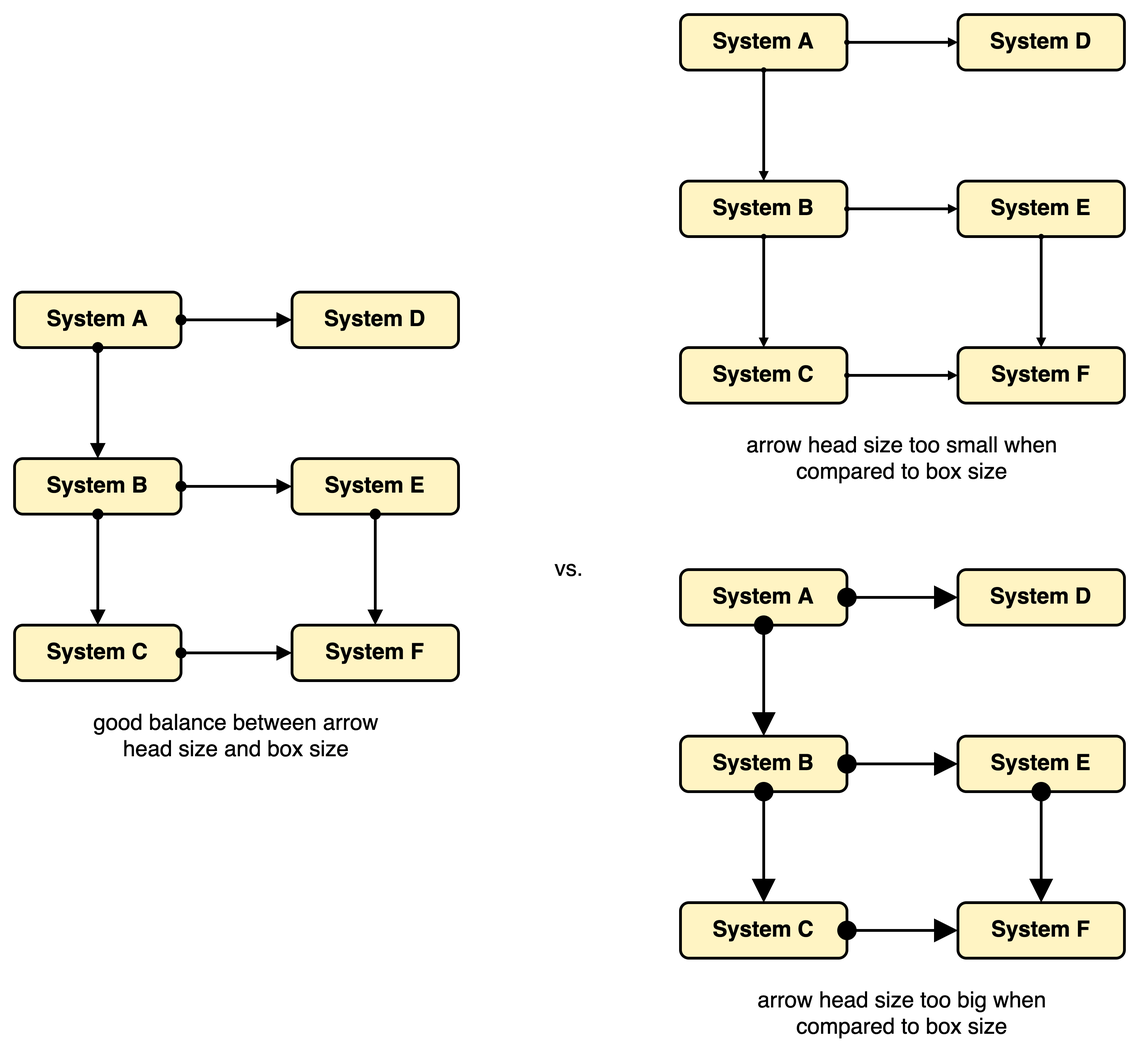
martinleggewie/visual-tips-for-creating-schematic-diagrams keeps this draw.io diagram as diagrams/connectionarrow-guideline_suitable-size-for-arrow-heads.png. Above is the earlier version. Source tidied: cells renumbered, new cells last; positions are measured from the earlier drawing's top-left corner, leaving out a move shared by most shapes.
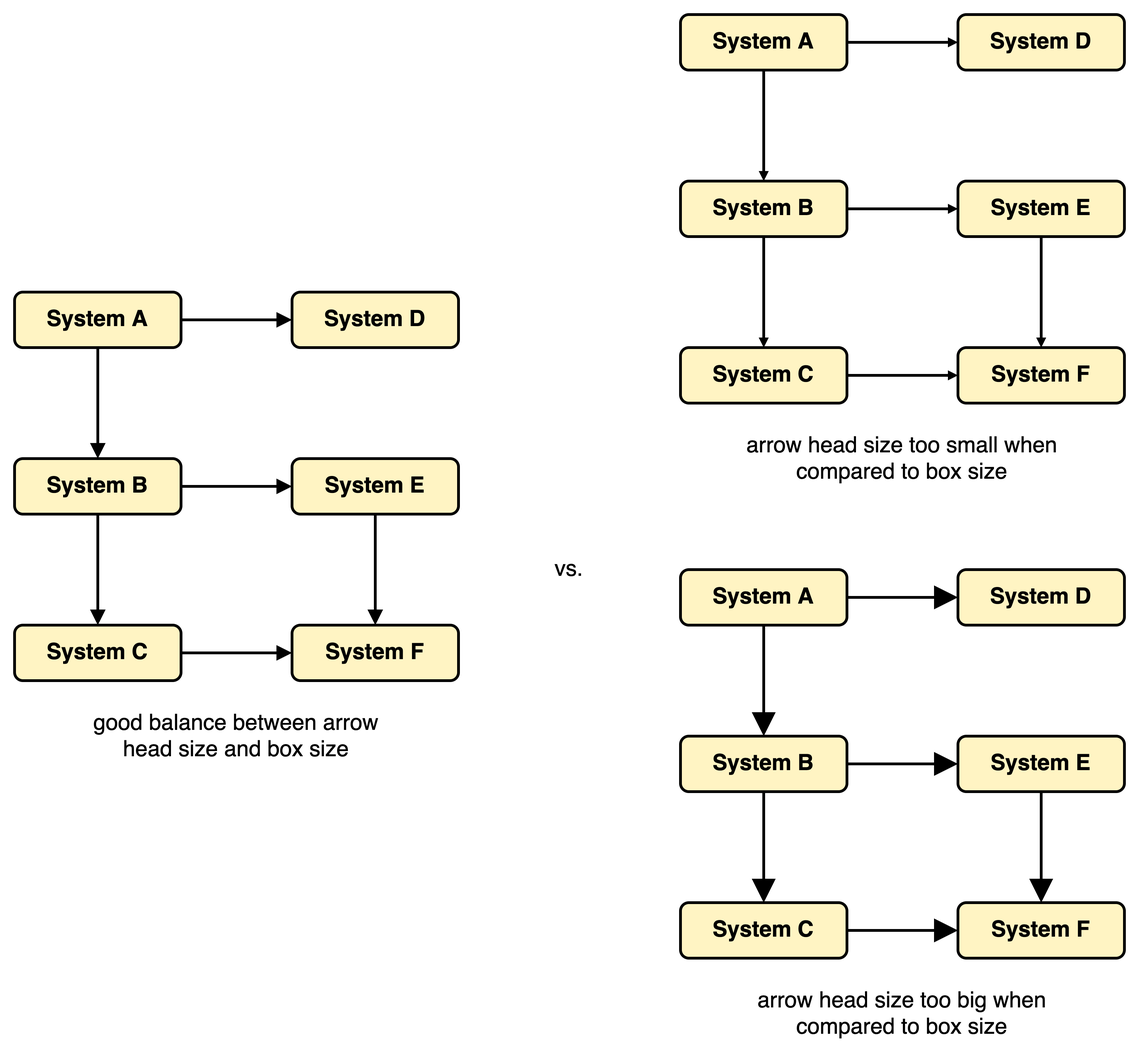
Later version of the same file.

What changed in the source:
```diff
@@ -9,16 +9,16 @@
     <mxCell id="4" value="System A" style="rounded=1;whiteSpace=wrap;html=1;strokeWidth=2;fontSize=16;fontStyle=1;fillColor=#FFF4C3;" parent="3" vertex="1">
       <mxGeometry x="10" y="210" width="120" height="40" as="geometry" />
     </mxCell>
-    <mxCell id="5" style="rounded=0;jettySize=auto;html=1;fontSize=16;endArrow=block;endFill=1;startArrow=oval;startFill=1;strokeWidth=2;" parent="3" edge="1" source="4" target="11">
+    <mxCell id="5" style="rounded=0;jettySize=auto;html=1;fontSize=16;endArrow=block;endFill=1;startArrow=none;startFill=0;strokeWidth=2;" parent="3" edge="1" source="4" target="11">
       <mxGeometry relative="1" as="geometry" />
     </mxCell>
     <mxCell id="6" value="System B" style="rounded=1;whiteSpace=wrap;html=1;strokeWidth=2;fontSize=16;fontStyle=1;fillColor=#FFF4C3;" parent="3" vertex="1">
       <mxGeometry x="10" y="330" width="120" height="40" as="geometry" />
     </mxCell>
-    <mxCell id="7" style="edgeStyle=none;rounded=0;jettySize=auto;html=1;startArrow=oval;startFill=1;endArrow=block;endFill=1;strokeWidth=2;fontSize=16;" parent="3" edge="1" source="4" target="6">
+    <mxCell id="7" style="edgeStyle=none;rounded=0;jettySize=auto;html=1;startArrow=none;startFill=0;endArrow=block;endFill=1;strokeWidth=2;fontSize=16;" parent="3" edge="1" source="4" target="6">
       <mxGeometry relative="1" as="geometry" />
     </mxCell>
-    <mxCell id="8" style="rounded=0;jettySize=auto;html=1;fontSize=16;endArrow=block;endFill=1;startArrow=oval;startFill=1;strokeWidth=2;" parent="3" edge="1" source="6" target="12">
+    <mxCell id="8" style="rounded=0;jettySize=auto;html=1;fontSize=16;endArrow=block;endFill=1;startArrow=none;startFill=0;strokeWidth=2;" parent="3" edge="1" source="6" target="12">
       <mxGeometry relative="1" as="geometry" />
     </mxCell>
     <mxCell id="9" value="good balance between arrow head size and box size" style="text;html=1;strokeColor=none;fillColor=none;align=center;verticalAlign=middle;whiteSpace=wrap;rounded=0;fontSize=16;spacing=0;" parent="3" vertex="1">
@@ -39,28 +39,28 @@
     <mxCell id="14" value="System C" style="rounded=1;whiteSpace=wrap;html=1;strokeWidth=2;fontSize=16;fontStyle=1;fillColor=#FFF4C3;" parent="3" vertex="1">
       <mxGeometry x="10" y="450" width="120" height="40" as="geometry" />
     </mxCell>
-    <mxCell id="15" style="edgeStyle=none;rounded=1;jettySize=auto;html=1;fontSize=16;startArrow=oval;startFill=1;endArrow=block;endFill=1;strokeWidth=2;" parent="3" edge="1" source="12" target="13">
+    <mxCell id="15" style="edgeStyle=none;rounded=1;jettySize=auto;html=1;fontSize=16;startArrow=none;startFill=0;endArrow=block;endFill=1;strokeWidth=2;" parent="3" edge="1" source="12" target="13">
       <mxGeometry relative="1" as="geometry" />
     </mxCell>
-    <mxCell id="16" style="edgeStyle=none;rounded=1;jettySize=auto;html=1;fontSize=16;startArrow=oval;startFill=1;endArrow=block;endFill=1;strokeWidth=2;" parent="3" edge="1" source="14" target="13">
+    <mxCell id="16" style="edgeStyle=none;rounded=1;jettySize=auto;html=1;fontSize=16;startArrow=none;startFill=0;endArrow=block;endFill=1;strokeWidth=2;" parent="3" edge="1" source="14" target="13">
       <mxGeometry relative="1" as="geometry" />
     </mxCell>
-    <mxCell id="17" style="edgeStyle=none;rounded=1;jettySize=auto;html=1;fontSize=16;startArrow=oval;startFill=1;endArrow=block;endFill=1;strokeWidth=2;" parent="3" edge="1" source="6" target="14">
+    <mxCell id="17" style="edgeStyle=none;rounded=1;jettySize=auto;html=1;fontSize=16;startArrow=none;startFill=0;endArrow=block;endFill=1;strokeWidth=2;" parent="3" edge="1" source="6" target="14">
       <mxGeometry relative="1" as="geometry" />
     </mxCell>
     <mxCell id="18" value="System A" style="rounded=1;whiteSpace=wrap;html=1;strokeWidth=2;fontSize=16;fontStyle=1;fillColor=#FFF4C3;" parent="3" vertex="1">
       <mxGeometry x="490" y="10" width="120" height="40" as="geometry" />
     </mxCell>
-    <mxCell id="19" style="rounded=0;jettySize=auto;html=1;fontSize=8;endArrow=block;endFill=1;startArrow=oval;startFill=1;strokeWidth=2;endSize=2;startSize=2;" parent="3" edge="1" source="18" target="23">
+    <mxCell id="19" style="rounded=0;jettySize=auto;html=1;fontSize=8;endArrow=block;endFill=1;startArrow=none;startFill=0;strokeWidth=2;endSize=2;startSize=2;" parent="3" edge="1" source="18" target="23">
       <mxGeometry relative="1" as="geometry" />
     </mxCell>
     <mxCell id="20" value="System B" style="rounded=1;whiteSpace=wrap;html=1;strokeWidth=2;fontSize=16;fontStyle=1;fillColor=#FFF4C3;" parent="3" vertex="1">
       <mxGeometry x="490" y="130" width="120" height="40" as="geometry" />
     </mxCell>
-    <mxCell id="21" style="edgeStyle=none;rounded=0;jettySize=auto;html=1;startArrow=oval;startFill=1;endArrow=block;endFill=1;strokeWidth=2;fontSize=8;endSize=2;startSize=2;" parent="3" edge="1" source="18" target="20">
+    <mxCell id="21" style="edgeStyle=none;rounded=0;jettySize=auto;html=1;startArrow=none;startFill=0;endArrow=block;endFill=1;strokeWidth=2;fontSize=8;endSize=2;startSize=2;" parent="3" edge="1" source="18" target="20">
       <mxGeometry relative="1" as="geometry" />
     </mxCell>
-    <mxCell id="22" style="rounded=0;jettySize=auto;html=1;fontSize=8;endArrow=block;endFill=1;startArrow=oval;startFill=1;strokeWidth=2;endSize=2;startSize=2;" parent="3" edge="1" source="20" target="24">
+    <mxCell id="22" style="rounded=0;jettySize=auto;html=1;fontSize=8;endArrow=block;endFill=1;startArrow=none;startFill=0;strokeWidth=2;endSize=2;startSize=2;" parent="3" edge="1" source="20" target="24">
       <mxGeometry relative="1" as="geometry" />
     </mxCell>
     <mxCell id="23" value="System D" style="rounded=1;whiteSpace=wrap;html=1;strokeWidth=2;fontSize=16;fontStyle=1;fillColor=#FFF4C3;" parent="3" vertex="1">
@@ -75,28 +75,28 @@
     <mxCell id="26" value="System C" style="rounded=1;whiteSpace=wrap;html=1;strokeWidth=2;fontSize=16;fontStyle=1;fillColor=#FFF4C3;" parent="3" vertex="1">
       <mxGeometry x="490" y="250" width="120" height="40" as="geometry" />
     </mxCell>
-    <mxCell id="27" style="edgeStyle=none;rounded=1;jettySize=auto;html=1;fontSize=8;startArrow=oval;startFill=1;endArrow=block;endFill=1;strokeWidth=2;endSize=2;startSize=2;" parent="3" edge="1" source="24" target="25">
+    <mxCell id="27" style="edgeStyle=none;rounded=1;jettySize=auto;html=1;fontSize=8;startArrow=none;startFill=0;endArrow=block;endFill=1;strokeWidth=2;endSize=2;startSize=2;" parent="3" edge="1" source="24" target="25">
       <mxGeometry relative="1" as="geometry" />
     </mxCell>
-    <mxCell id="28" style="edgeStyle=none;rounded=1;jettySize=auto;html=1;fontSize=8;startArrow=oval;startFill=1;endArrow=block;endFill=1;strokeWidth=2;endSize=2;startSize=2;" parent="3" edge="1" source="26" target="25">
+    <mxCell id="28" style="edgeStyle=none;rounded=1;jettySize=auto;html=1;fontSize=8;startArrow=none;startFill=0;endArrow=block;endFill=1;strokeWidth=2;endSize=2;startSize=2;" parent="3" edge="1" source="26" target="25">
       <mxGeometry relative="1" as="geometry" />
     </mxCell>
-    <mxCell id="29" style="edgeStyle=none;rounded=1;jettySize=auto;html=1;fontSize=8;startArrow=oval;startFill=1;endArrow=block;endFill=1;strokeWidth=2;endSize=2;startSize=2;" parent="3" edge="1" source="20" target="26">
+    <mxCell id="29" style="edgeStyle=none;rounded=1;jettySize=auto;html=1;fontSize=8;startArrow=none;startFill=0;endArrow=block;endFill=1;strokeWidth=2;endSize=2;startSize=2;" parent="3" edge="1" source="20" target="26">
       <mxGeometry relative="1" as="geometry" />
     </mxCell>
     <mxCell id="30" value="System A" style="rounded=1;whiteSpace=wrap;html=1;strokeWidth=2;fontSize=16;fontStyle=1;fillColor=#FFF4C3;spacing=0;" parent="3" vertex="1">
       <mxGeometry x="490" y="410" width="120" height="40" as="geometry" />
     </mxCell>
-    <mxCell id="31" style="rounded=0;jettySize=auto;html=1;fontSize=26;endArrow=block;endFill=1;startArrow=oval;startFill=1;strokeWidth=2;spacing=0;endSize=12;startSize=12;" parent="3" edge="1" source="30" target="35">
+    <mxCell id="31" style="rounded=0;jettySize=auto;html=1;fontSize=26;endArrow=block;endFill=1;startArrow=none;startFill=0;strokeWidth=2;spacing=0;endSize=12;startSize=12;" parent="3" edge="1" source="30" target="35">
       <mxGeometry relative="1" as="geometry" />
     </mxCell>
     <mxCell id="32" value="System B" style="rounded=1;whiteSpace=wrap;html=1;strokeWidth=2;fontSize=16;fontStyle=1;fillColor=#FFF4C3;spacing=0;" parent="3" vertex="1">
       <mxGeometry x="490" y="530" width="120" height="40" as="geometry" />
     </mxCell>
-    <mxCell id="33" style="edgeStyle=none;rounded=0;jettySize=auto;html=1;startArrow=oval;startFill=1;endArrow=block;endFill=1;strokeWidth=2;fontSize=26;spacing=0;endSize=12;startSize=12;" parent="3" edge="1" source="30" target="32">
+    <mxCell id="33" style="edgeStyle=none;rounded=0;jettySize=auto;html=1;startArrow=none;startFill=0;endArrow=block;endFill=1;strokeWidth=2;fontSize=26;spacing=0;endSize=12;startSize=12;" parent="3" edge="1" source="30" target="32">
       <mxGeometry relative="1" as="geometry" />
     </mxCell>
-    <mxCell id="34" style="rounded=0;jettySize=auto;html=1;fontSize=26;endArrow=block;endFill=1;startArrow=oval;startFill=1;strokeWidth=2;spacing=0;endSize=12;startSize=12;" parent="3" edge="1" source="32" target="36">
+    <mxCell id="34" style="rounded=0;jettySize=auto;html=1;fontSize=26;endArrow=block;endFill=1;startArrow=none;startFill=0;strokeWidth=2;spacing=0;endSize=12;startSize=12;" parent="3" edge="1" source="32" target="36">
       <mxGeometry relative="1" as="geometry" />
     </mxCell>
     <mxCell id="35" value="System D" style="rounded=1;whiteSpace=wrap;html=1;strokeWidth=2;fontSize=16;fontStyle=1;fillColor=#FFF4C3;spacing=0;" parent="3" vertex="1">
@@ -111,13 +111,13 @@
     <mxCell id="38" value="System C" style="rounded=1;whiteSpace=wrap;html=1;strokeWidth=2;fontSize=16;fontStyle=1;fillColor=#FFF4C3;spacing=0;" parent="3" vertex="1">
       <mxGeometry x="490" y="650" width="120" height="40" as="geometry" />
     </mxCell>
-    <mxCell id="39" style="edgeStyle=none;rounded=1;jettySize=auto;html=1;fontSize=26;startArrow=oval;startFill=1;endArrow=block;endFill=1;strokeWidth=2;spacing=0;endSize=12;startSize=12;" parent="3" edge="1" source="36" target="37">
+    <mxCell id="39" style="edgeStyle=none;rounded=1;jettySize=auto;html=1;fontSize=26;startArrow=none;startFill=0;endArrow=block;endFill=1;strokeWidth=2;spacing=0;endSize=12;startSize=12;" parent="3" edge="1" source="36" target="37">
       <mxGeometry relative="1" as="geometry" />
     </mxCell>
-    <mxCell id="40" style="edgeStyle=none;rounded=1;jettySize=auto;html=1;fontSize=26;startArrow=oval;startFill=1;endArrow=block;endFill=1;strokeWidth=2;spacing=0;endSize=12;startSize=12;" parent="3" edge="1" source="38" target="37">
+    <mxCell id="40" style="edgeStyle=none;rounded=1;jettySize=auto;html=1;fontSize=26;startArrow=none;startFill=0;endArrow=block;endFill=1;strokeWidth=2;spacing=0;endSize=12;startSize=12;" parent="3" edge="1" source="38" target="37">
       <mxGeometry relative="1" as="geometry" />
     </mxCell>
-    <mxCell id="41" style="edgeStyle=none;rounded=1;jettySize=auto;html=1;fontSize=26;startArrow=oval;startFill=1;endArrow=block;endFill=1;strokeWidth=2;spacing=0;endSize=12;startSize=12;" parent="3" edge="1" source="32" target="38">
+    <mxCell id="41" style="edgeStyle=none;rounded=1;jettySize=auto;html=1;fontSize=26;startArrow=none;startFill=0;endArrow=block;endFill=1;strokeWidth=2;spacing=0;endSize=12;startSize=12;" parent="3" edge="1" source="32" target="38">
       <mxGeometry relative="1" as="geometry" />
     </mxCell>
     <mxCell id="42" value="arrow head size too small when compared to box size" style="text;html=1;strokeColor=none;fillColor=none;align=center;verticalAlign=middle;whiteSpace=wrap;rounded=0;fontSize=16;spacing=0;" parent="3" vertex="1">
```
